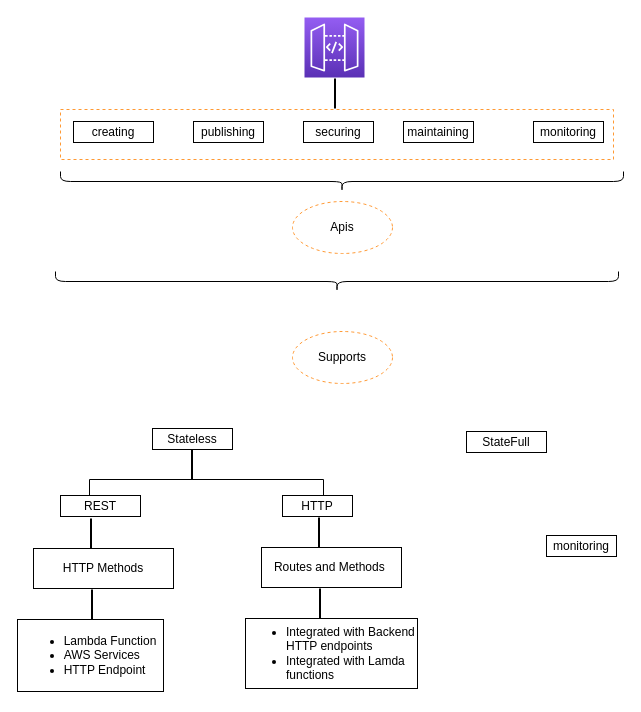
ldipotetjob/AWS keeps this draw.io diagram as certificationQA/api_gateway.drawio. Above is the earlier version. Source tidied: cells renumbered, new cells numbered last; positions are measured from the earlier drawing's top-left corner, leaving out a move shared by most shapes. Both pictures are drawn from the tidied source at 100%, with x=0, y=0 at pixel (17, 17).
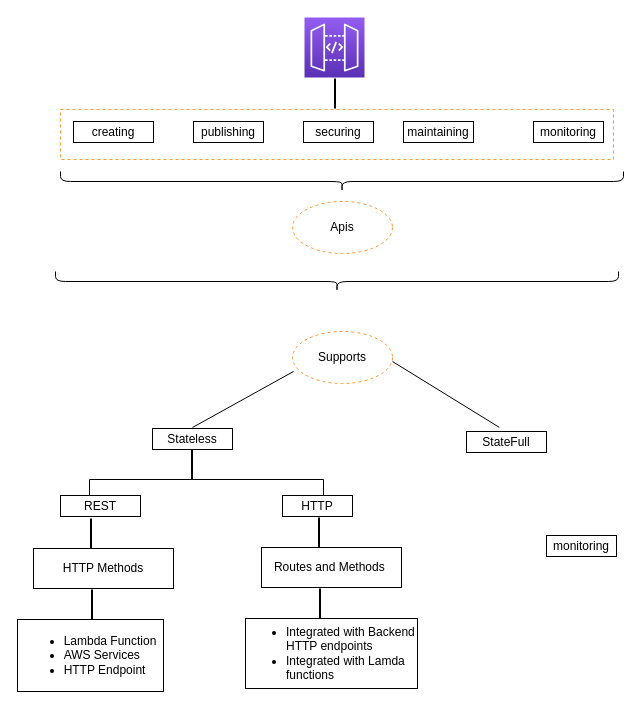
The same page after the edit.

The change refers to these unchanged cells:
```xml
<mxCell id="18" value="Supports" style="ellipse;whiteSpace=wrap;html=1;dashed=1;strokeColor=#FF9933;fillColor=none;" parent="1" vertex="1">
  <mxGeometry x="275" y="314" width="100" height="52" as="geometry" />
</mxCell>
<mxCell id="20" value="StateFull" style="rounded=0;whiteSpace=wrap;html=1;" parent="1" vertex="1">
  <mxGeometry x="449" y="414" width="80" height="21" as="geometry" />
</mxCell>
```

Change to the diagram source:
```diff
@@
+    <mxCell id="29" style="endArrow=none;html=1;rounded=0;entryX=0.01;entryY=0.769;entryDx=0;entryDy=0;entryPerimeter=0;" parent="1" edge="1" target="18">
+      <mxGeometry relative="1" as="geometry">
+        <mxPoint x="175" y="410" as="sourcePoint" />
+      </mxGeometry>
+    </mxCell>
+    <mxCell id="30" style="endArrow=none;html=1;rounded=0;entryX=0.409;entryY=-0.199;entryDx=0;entryDy=0;entryPerimeter=0;" parent="1" edge="1" target="20">
+      <mxGeometry relative="1" as="geometry">
+        <mxPoint x="375" y="344" as="sourcePoint" />
+      </mxGeometry>
+    </mxCell>
```
